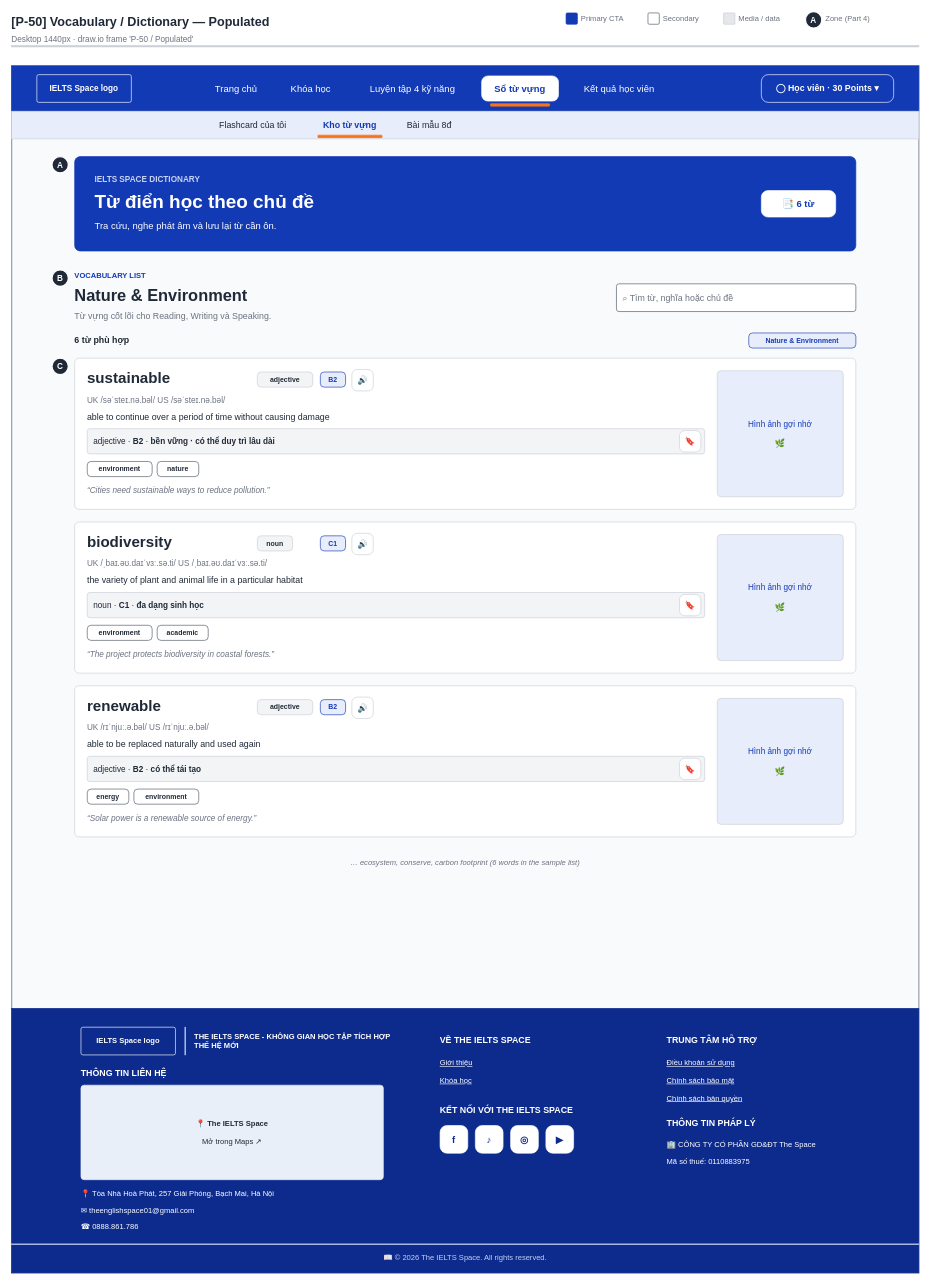
The draw.io diagram page "P-50 / Populated" (1 of 2) of wireframes/screens/P-50_Vocabulary.drawio in IeltsPath-Platform/docs, before the edit. Source tidied: cells renumbered, new cells numbered last; positions are measured from the earlier drawing's top-left corner, leaving out a move shared by most shapes. Both pictures are drawn from the tidied source at 63%, with x=0, y=0 at pixel (11, 11).
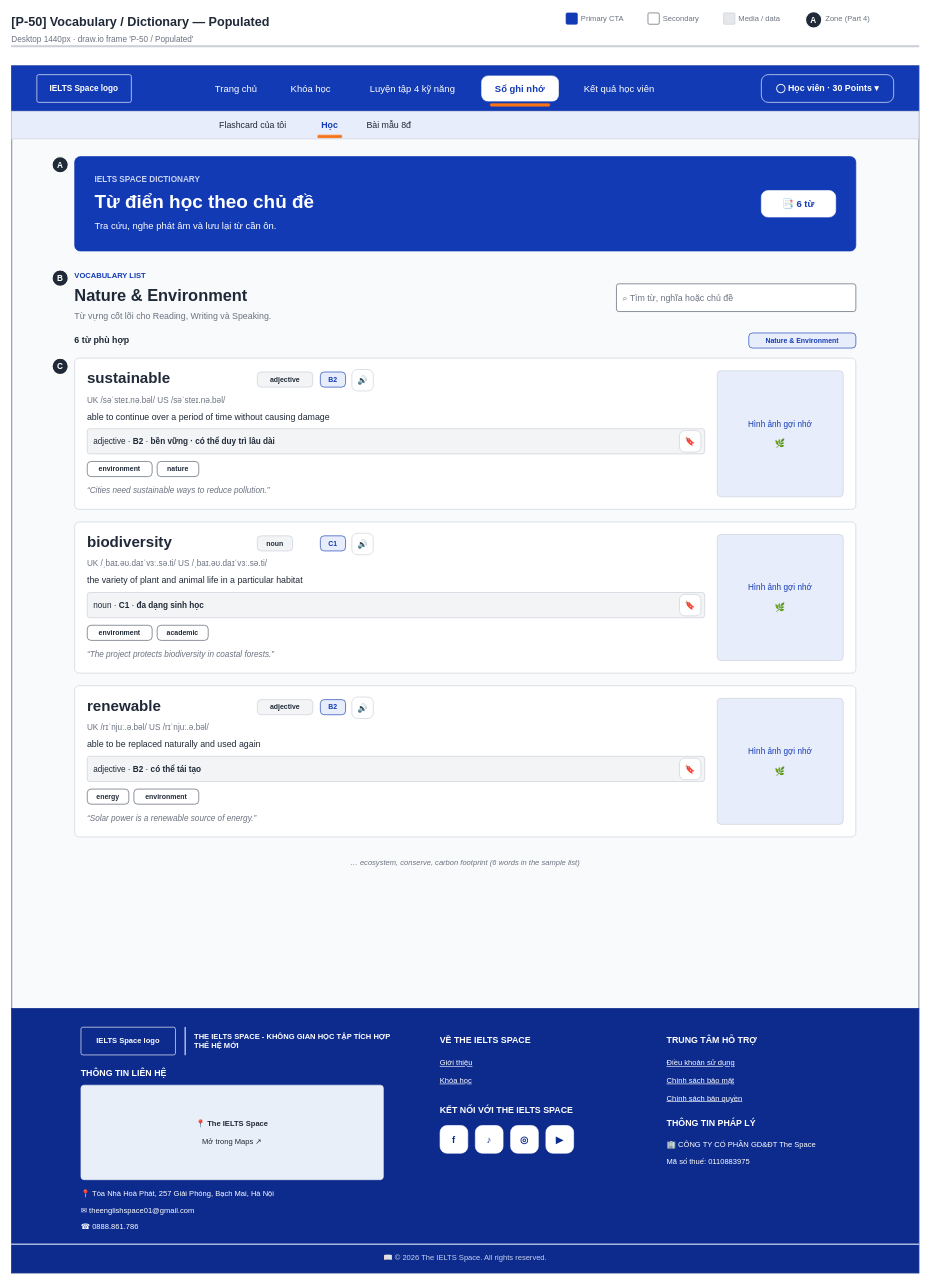
The same page after the edit.

The edit, as a diff of the source:
```diff
@@
-    <mxCell id="19" value="Sổ từ vựng" style="rounded=1;arcSize=20;absoluteArcSize=1;whiteSpace=wrap;html=1;fillColor=#FFFFFF;strokeColor=#FFFFFF;strokeWidth=1;fontFamily=Arial;fontSize=15;fontColor=#123AB5;align=center;verticalAlign=middle;spacingLeft=8;spacingRight=8;fontStyle=1;" parent="1" vertex="1">
+    <mxCell id="19" value="Sổ ghi nhớ" style="rounded=1;arcSize=20;absoluteArcSize=1;whiteSpace=wrap;html=1;fillColor=#FFFFFF;strokeColor=#FFFFFF;strokeWidth=1;fontFamily=Arial;fontSize=15;fontColor=#123AB5;align=center;verticalAlign=middle;spacingLeft=8;spacingRight=8;fontStyle=1;" parent="1" vertex="1">
       <mxGeometry x="746" y="102" width="122" height="40" as="geometry" />
     </mxCell>
@@
-    <mxCell id="25" value="&lt;b&gt;Kho từ vựng&lt;/b&gt;" style="text;html=1;whiteSpace=wrap;align=center;verticalAlign=middle;fontFamily=Arial;fontSize=14;fontColor=#123AB5;fontStyle=0;spacing=0;" parent="1" vertex="1">
-      <mxGeometry x="478" y="164" width="118" height="32" as="geometry" />
+    <mxCell id="25" value="&lt;b&gt;Học&lt;/b&gt;" style="text;html=1;whiteSpace=wrap;align=center;verticalAlign=middle;fontFamily=Arial;fontSize=14;fontColor=#123AB5;fontStyle=0;spacing=0;" parent="1" vertex="1">
+      <mxGeometry x="478" y="164" width="54" height="32" as="geometry" />
     </mxCell>
     <mxCell id="26" style="rounded=1;arcSize=2;absoluteArcSize=1;whiteSpace=wrap;html=1;fillColor=#F97316;strokeColor=#F97316;strokeWidth=1;fontFamily=Arial;fontSize=14;fontColor=#1F2937;align=center;verticalAlign=middle;spacingLeft=8;spacingRight=8;" parent="1" vertex="1">
-      <mxGeometry x="486" y="196" width="102" height="4" as="geometry" />
+      <mxGeometry x="486" y="196" width="38" height="4" as="geometry" />
     </mxCell>
     <mxCell id="27" value="Bài mẫu 8đ" style="text;html=1;whiteSpace=wrap;align=center;verticalAlign=middle;fontFamily=Arial;fontSize=14;fontColor=#1F2937;fontStyle=0;spacing=0;" parent="1" vertex="1">
-      <mxGeometry x="608" y="164" width="110" height="32" as="geometry" />
+      <mxGeometry x="544" y="164" width="110" height="32" as="geometry" />
     </mxCell>
```
